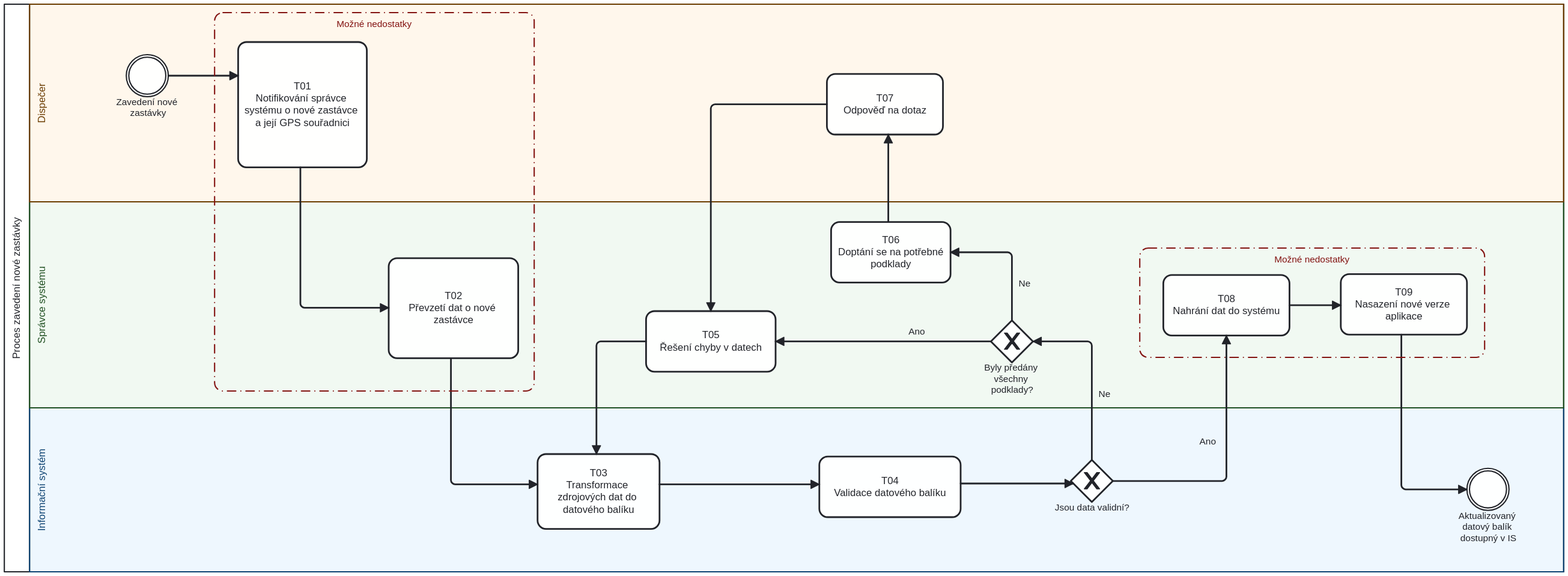
Above: images/Pr2 Zavedení nové zastávky.svg in StrangerTwo/bachelor-thesis (BPMN), before the change. Its source is kept beside it as images/Pr2 Zavedení nové zastávky.bpmn. Ids are renumbered.
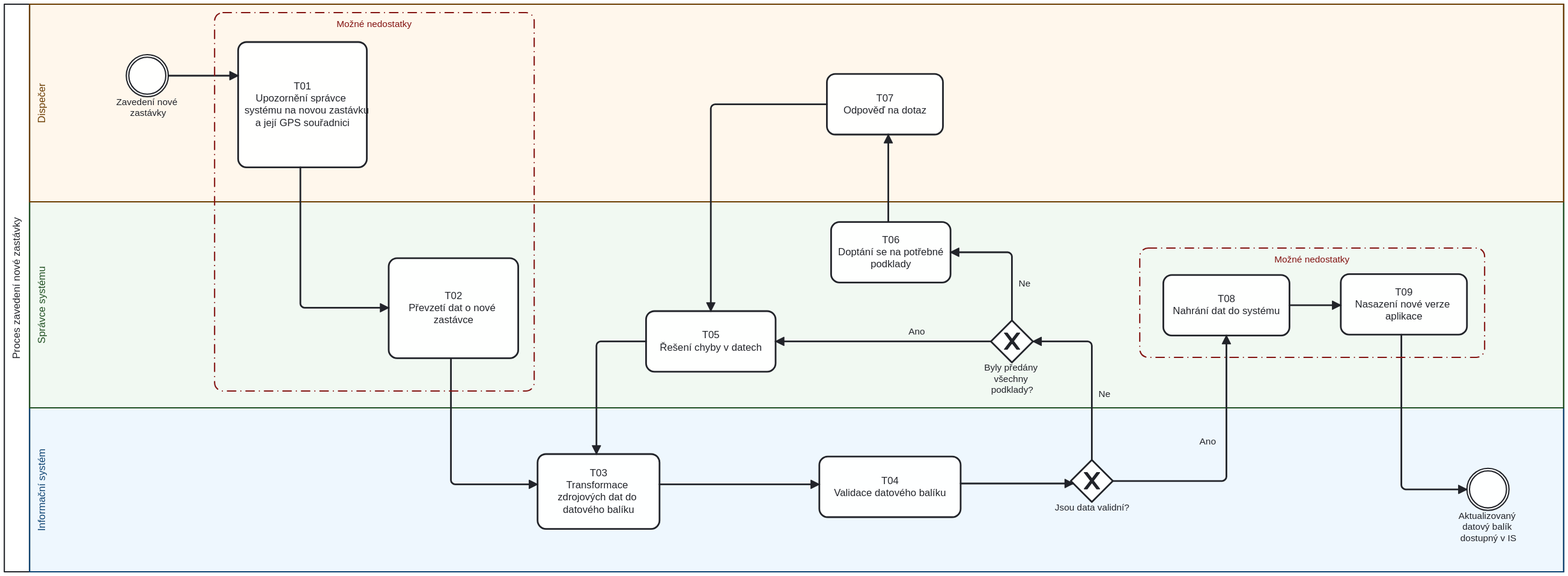
Later version of the same file.

Diff of the diagram source:
```diff
@@ -1,5 +1,13 @@
-<definitions xmlns="http://www.omg.org/spec/BPMN/20100524/MODEL" xmlns:bpmndi="http://www.omg.org/spec/BPMN/20100524/DI" xmlns:di="http://www.omg.org/spec/DD/20100524/DI" xmlns:dc="http://www.omg.org/spec/DD/20100524/DC" xmlns:bioc="http://bpmn.io/schema/bpmn/biocolor/1.0" xmlns:color="http://www.omg.org/spec/BPMN/non-normative/color/1.0" id="Definitions_Online_Order_Fulfillment" targetNamespace="http://example.com/bpmn" exporter="bpmn-js (https://demo.bpmn.io)" exporterVersion="18.13.1">
+<definitions xmlns="http://www.omg.org/spec/BPMN/20100524/MODEL"
+  xmlns:bpmndi="http://www.omg.org/spec/BPMN/20100524/DI"
+  xmlns:di="http://www.omg.org/spec/DD/20100524/DI"
+  xmlns:dc="http://www.omg.org/spec/DD/20100524/DC"
+  xmlns:bioc="http://bpmn.io/schema/bpmn/biocolor/1.0"
+  xmlns:color="http://www.omg.org/spec/BPMN/non-normative/color/1.0"
+  id="Definitions_Online_Order_Fulfillment" targetNamespace="http://example.com/bpmn"
+  exporter="bpmn-js (https://demo.bpmn.io)" exporterVersion="18.13.1">
   <message id="Message_Online_Order_Fulfillment" name="Online Order Fulfillment" />
   <collaboration id="Collaboration_Online_Order_Fulfillment">
-    <participant id="Participant_Proces_aktualizace_dat_j_zdn_ch___d_" name="Proces zavedení nové zastávky" processRef="Process_Proces_aktualizace_dat_j_zdn_ch___d_" />
+    <participant id="Participant_Proces_aktualizace_dat_j_zdn_ch___d_"
+      name="Proces zavedení nové zastávky" processRef="Process_Proces_aktualizace_dat_j_zdn_ch___d_" />
     <group id="Group_n1" categoryValueRef="CategoryValue_n2" />
@@ -30,19 +38,45 @@
     <intermediateCatchEvent id="Zm_na_j_zdn_ho___du" name="Zavedení nové zastávky" />
-    <sequenceFlow id="Flow_rel-Zm_na_j_zdn_ho___du-Informov_n__spr_vce_syst_mu_o_zm_n__j_zdn_ch___d_-forward" sourceRef="Zm_na_j_zdn_ho___du" targetRef="Informov_n__spr_vce_syst_mu_o_zm_n__j_zdn_ch___d_" />
-    <sequenceFlow id="Flow_rel-Informov_n__spr_vce_syst_mu_o_zm_n__j_zdn_ch___d_-P_evzet__informace_o_zm_n__j_zdn_ho___du-forward" sourceRef="Informov_n__spr_vce_syst_mu_o_zm_n__j_zdn_ch___d_" targetRef="P_evzet__informace_o_zm_n__j_zdn_ho___du" />
-    <sequenceFlow id="Flow_rel-P_evzet__informace_o_zm_n__j_zdn_ho___du-Transformace_zdrojov_ch_dat_j_zdn_ho___du-forward" sourceRef="P_evzet__informace_o_zm_n__j_zdn_ho___du" targetRef="Transformace_zdrojov_ch_dat_j_zdn_ho___du" />
-    <sequenceFlow id="Flow_rel-Transformace_zdrojov_ch_dat_j_zdn_ho___du-Validace_transformovan_ch_dat-forward" sourceRef="Transformace_zdrojov_ch_dat_j_zdn_ho___du" targetRef="Validace_transformovan_ch_dat" />
-    <sequenceFlow id="Flow_rel-Validace_transformovan_ch_dat-Jsou_data_validn__-forward" sourceRef="Validace_transformovan_ch_dat" targetRef="Jsou_data_validn__" />
-    <sequenceFlow id="Flow_rel-Jsou_data_validn__-Ru_n__kontrola_v_stupn_ch_dat-forward-Ano" name="Ano" sourceRef="Jsou_data_validn__" targetRef="Nahr_n__dat_do_syst_mu" />
-    <sequenceFlow id="Flow_rel-Nahr_n__dat_do_syst_mu-Nasazen__nov__verze_aplikace-forward" sourceRef="Nahr_n__dat_do_syst_mu" targetRef="Nasazen__nov__verze_aplikace" />
-    <sequenceFlow id="Flow_rel-Nasazen__nov__verze_aplikace-Aktualizovan__data_j_zdn_ch___d__dostupn__v_IS-forward" sourceRef="Nasazen__nov__verze_aplikace" targetRef="Aktualizovan__data_j_zdn_ch___d__dostupn__v_IS" />
-    <sequenceFlow id="Flow_rel-Jsou_data_validn__-Byli_p_ed_ny_v_echny_informace_-forward-Ne" name="Ne" sourceRef="Jsou_data_validn__" targetRef="Byli_p_ed_ny_v_echny_informace_" />
-    <sequenceFlow id="Flow_rel-_e_en__chyby_v_datech-Transformace_zdrojov_ch_dat_j_zdn_ho___du-forward" sourceRef="ID__e_en__chyby_v_datech" targetRef="Transformace_zdrojov_ch_dat_j_zdn_ho___du" />
-    <sequenceFlow id="Flow_rel-Byli_p_ed_ny_v_echny_informace_-_e_en__chyby_v_datech-forward-Ano" name="Ano" sourceRef="Byli_p_ed_ny_v_echny_informace_" targetRef="ID__e_en__chyby_v_datech" />
-    <sequenceFlow id="Flow_rel-Byli_p_ed_ny_v_echny_informace_-Dopt_n__se_na_informace-forward-Ne" name="Ne" sourceRef="Byli_p_ed_ny_v_echny_informace_" targetRef="Dopt_n__se_na_informace" />
-    <sequenceFlow id="Flow_rel-Dopt_n__se_na_informace-Odpov___na_dotaz-forward" sourceRef="Dopt_n__se_na_informace" targetRef="Odpov___na_dotaz" />
-    <sequenceFlow id="Flow_rel-Odpov___na_dotaz-_e_en__chyby_v_datech-forward" sourceRef="Odpov___na_dotaz" targetRef="ID__e_en__chyby_v_datech" />
-    <task id="Informov_n__spr_vce_syst_mu_o_zm_n__j_zdn_ch___d_" name="T01&#10;Notifikování správce systému o nové zastávce a její GPS souřadnici" />
+    <sequenceFlow
+      id="Flow_rel-Zm_na_j_zdn_ho___du-Informov_n__spr_vce_syst_mu_o_zm_n__j_zdn_ch___d_-forward"
+      sourceRef="Zm_na_j_zdn_ho___du" targetRef="Informov_n__spr_vce_syst_mu_o_zm_n__j_zdn_ch___d_" />
+    <sequenceFlow
+      id="Flow_rel-Informov_n__spr_vce_syst_mu_o_zm_n__j_zdn_ch___d_-P_evzet__informace_o_zm_n__j_zdn_ho___du-forward"
+      sourceRef="Informov_n__spr_vce_syst_mu_o_zm_n__j_zdn_ch___d_"
+      targetRef="P_evzet__informace_o_zm_n__j_zdn_ho___du" />
+    <sequenceFlow
+      id="Flow_rel-P_evzet__informace_o_zm_n__j_zdn_ho___du-Transformace_zdrojov_ch_dat_j_zdn_ho___du-forward"
+      sourceRef="P_evzet__informace_o_zm_n__j_zdn_ho___du"
+      targetRef="Transformace_zdrojov_ch_dat_j_zdn_ho___du" />
+    <sequenceFlow
+      id="Flow_rel-Transformace_zdrojov_ch_dat_j_zdn_ho___du-Validace_transformovan_ch_dat-forward"
+      sourceRef="Transformace_zdrojov_ch_dat_j_zdn_ho___du"
+      targetRef="Validace_transformovan_ch_dat" />
+    <sequenceFlow id="Flow_rel-Validace_transformovan_ch_dat-Jsou_data_validn__-forward"
+      sourceRef="Validace_transformovan_ch_dat" targetRef="Jsou_data_validn__" />
+    <sequenceFlow id="Flow_rel-Jsou_data_validn__-Ru_n__kontrola_v_stupn_ch_dat-forward-Ano"
+      name="Ano" sourceRef="Jsou_data_validn__" targetRef="Nahr_n__dat_do_syst_mu" />
+    <sequenceFlow id="Flow_rel-Nahr_n__dat_do_syst_mu-Nasazen__nov__verze_aplikace-forward"
+      sourceRef="Nahr_n__dat_do_syst_mu" targetRef="Nasazen__nov__verze_aplikace" />
+    <sequenceFlow
+      id="Flow_rel-Nasazen__nov__verze_aplikace-Aktualizovan__data_j_zdn_ch___d__dostupn__v_IS-forward"
+      sourceRef="Nasazen__nov__verze_aplikace"
+      targetRef="Aktualizovan__data_j_zdn_ch___d__dostupn__v_IS" />
+    <sequenceFlow id="Flow_rel-Jsou_data_validn__-Byli_p_ed_ny_v_echny_informace_-forward-Ne"
+      name="Ne" sourceRef="Jsou_data_validn__" targetRef="Byli_p_ed_ny_v_echny_informace_" />
+    <sequenceFlow
+      id="Flow_rel-_e_en__chyby_v_datech-Transformace_zdrojov_ch_dat_j_zdn_ho___du-forward"
+      sourceRef="ID__e_en__chyby_v_datech" targetRef="Transformace_zdrojov_ch_dat_j_zdn_ho___du" />
+    <sequenceFlow id="Flow_rel-Byli_p_ed_ny_v_echny_informace_-_e_en__chyby_v_datech-forward-Ano"
+      name="Ano" sourceRef="Byli_p_ed_ny_v_echny_informace_" targetRef="ID__e_en__chyby_v_datech" />
+    <sequenceFlow id="Flow_rel-Byli_p_ed_ny_v_echny_informace_-Dopt_n__se_na_informace-forward-Ne"
+      name="Ne" sourceRef="Byli_p_ed_ny_v_echny_informace_" targetRef="Dopt_n__se_na_informace" />
+    <sequenceFlow id="Flow_rel-Dopt_n__se_na_informace-Odpov___na_dotaz-forward"
+      sourceRef="Dopt_n__se_na_informace" targetRef="Odpov___na_dotaz" />
+    <sequenceFlow id="Flow_rel-Odpov___na_dotaz-_e_en__chyby_v_datech-forward"
+      sourceRef="Odpov___na_dotaz" targetRef="ID__e_en__chyby_v_datech" />
+    <task id="Informov_n__spr_vce_syst_mu_o_zm_n__j_zdn_ch___d_"
+      name="T01&#10;Upozornění správce systému na novou zastávku a její GPS souřadnici" />
     <task id="P_evzet__informace_o_zm_n__j_zdn_ho___du" name="T02&#10;Převzetí dat o nové zastávce" />
-    <task id="Transformace_zdrojov_ch_dat_j_zdn_ho___du" name="T03&#10;Transformace zdrojových dat do datového balíku" />
+    <task id="Transformace_zdrojov_ch_dat_j_zdn_ho___du"
+      name="T03&#10;Transformace zdrojových dat do datového balíku" />
     <task id="ID__e_en__chyby_v_datech" name="T05&#10;Řešení chyby v datech" />
@@ -56,3 +90,4 @@
     <task id="Nasazen__nov__verze_aplikace" name="T09&#10;Nasazení nové verze aplikace" />
-    <intermediateCatchEvent id="Aktualizovan__data_j_zdn_ch___d__dostupn__v_IS" name="Aktualizovaný datový balík dostupný v IS" />
+    <intermediateCatchEvent id="Aktualizovan__data_j_zdn_ch___d__dostupn__v_IS"
+      name="Aktualizovaný datový balík dostupný v IS" />
     <task id="Validace_transformovan_ch_dat" name="T04&#10;Validace datového balíku" />
@@ -67,3 +102,4 @@
     <bpmndi:BPMNPlane id="BPMNPlane_1" bpmnElement="Collaboration_Online_Order_Fulfillment">
-      <bpmndi:BPMNShape id="Participant_Proces_aktualizace_dat_j_zdn_ch___d__di" bpmnElement="Participant_Proces_aktualizace_dat_j_zdn_ch___d_" isHorizontal="true">
+      <bpmndi:BPMNShape id="Participant_Proces_aktualizace_dat_j_zdn_ch___d__di"
+        bpmnElement="Participant_Proces_aktualizace_dat_j_zdn_ch___d_" isHorizontal="true">
         <dc:Bounds x="130" y="60" width="1854" height="675" />
@@ -71,9 +107,15 @@
       </bpmndi:BPMNShape>
-      <bpmndi:BPMNShape id="LaneShape_Informa_n__syst_m" bpmnElement="Lane_Informa_n__syst_m" isHorizontal="true" bioc:stroke="#0d4372" bioc:fill="#bbdefb" color:background-color="#bbdefb" color:border-color="#0d4372">
+      <bpmndi:BPMNShape id="LaneShape_Informa_n__syst_m" bpmnElement="Lane_Informa_n__syst_m"
+        isHorizontal="true" bioc:stroke="#0d4372" bioc:fill="#bbdefb"
+        color:background-color="#bbdefb" color:border-color="#0d4372">
         <dc:Bounds x="160" y="540" width="1824" height="195" />
       </bpmndi:BPMNShape>
-      <bpmndi:BPMNShape id="LaneShape_Spr_vce_syst_mu" bpmnElement="Lane_Spr_vce_syst_mu" isHorizontal="true" bioc:stroke="#205022" bioc:fill="#c8e6c9" color:background-color="#c8e6c9" color:border-color="#205022">
+      <bpmndi:BPMNShape id="LaneShape_Spr_vce_syst_mu" bpmnElement="Lane_Spr_vce_syst_mu"
+        isHorizontal="true" bioc:stroke="#205022" bioc:fill="#c8e6c9"
+        color:background-color="#c8e6c9" color:border-color="#205022">
         <dc:Bounds x="160" y="295" width="1824" height="245" />
       </bpmndi:BPMNShape>
-      <bpmndi:BPMNShape id="LaneShape_Dopravce" bpmnElement="Lane_Dopravce" isHorizontal="true" bioc:stroke="#6b3c00" bioc:fill="#ffe0b2" color:background-color="#ffe0b2" color:border-color="#6b3c00">
+      <bpmndi:BPMNShape id="LaneShape_Dopravce" bpmnElement="Lane_Dopravce" isHorizontal="true"
+        bioc:stroke="#6b3c00" bioc:fill="#ffe0b2" color:background-color="#ffe0b2"
+        color:border-color="#6b3c00">
         <dc:Bounds x="160" y="60" width="1824" height="235" />
@@ -87,3 +129,4 @@
       </bpmndi:BPMNShape>
-      <bpmndi:BPMNShape id="Shape_Informov_n__spr_vce_syst_mu_o_zm_n__j_zdn_ch___d_" bpmnElement="Informov_n__spr_vce_syst_mu_o_zm_n__j_zdn_ch___d_">
+      <bpmndi:BPMNShape id="Shape_Informov_n__spr_vce_syst_mu_o_zm_n__j_zdn_ch___d_"
+        bpmnElement="Informov_n__spr_vce_syst_mu_o_zm_n__j_zdn_ch___d_">
         <dc:Bounds x="408" y="105" width="153" height="149" />
@@ -91,3 +134,4 @@
       </bpmndi:BPMNShape>
-      <bpmndi:BPMNShape id="Shape_P_evzet__informace_o_zm_n__j_zdn_ho___du" bpmnElement="P_evzet__informace_o_zm_n__j_zdn_ho___du">
+      <bpmndi:BPMNShape id="Shape_P_evzet__informace_o_zm_n__j_zdn_ho___du"
+        bpmnElement="P_evzet__informace_o_zm_n__j_zdn_ho___du">
         <dc:Bounds x="587" y="362" width="154" height="119" />
@@ -95,3 +139,4 @@
       </bpmndi:BPMNShape>
-      <bpmndi:BPMNShape id="Shape_Transformace_zdrojov_ch_dat_j_zdn_ho___du" bpmnElement="Transformace_zdrojov_ch_dat_j_zdn_ho___du">
+      <bpmndi:BPMNShape id="Shape_Transformace_zdrojov_ch_dat_j_zdn_ho___du"
+        bpmnElement="Transformace_zdrojov_ch_dat_j_zdn_ho___du">
         <dc:Bounds x="764" y="595" width="145" height="89" />
@@ -111,3 +156,4 @@
       </bpmndi:BPMNShape>
-      <bpmndi:BPMNShape id="Shape_Byli_p_ed_ny_v_echny_informace_" bpmnElement="Byli_p_ed_ny_v_echny_informace_" isMarkerVisible="true">
+      <bpmndi:BPMNShape id="Shape_Byli_p_ed_ny_v_echny_informace_"
+        bpmnElement="Byli_p_ed_ny_v_echny_informace_" isMarkerVisible="true">
         <dc:Bounds x="1303" y="436" width="50" height="50" />
@@ -117,3 +163,4 @@
       </bpmndi:BPMNShape>
-      <bpmndi:BPMNShape id="Shape_Jsou_data_validn__" bpmnElement="Jsou_data_validn__" isMarkerVisible="true">
+      <bpmndi:BPMNShape id="Shape_Jsou_data_validn__" bpmnElement="Jsou_data_validn__"
+        isMarkerVisible="true">
         <dc:Bounds x="1398" y="602" width="50" height="50" />
@@ -127,3 +174,4 @@
       </bpmndi:BPMNShape>
-      <bpmndi:BPMNShape id="Shape_Nasazen__nov__verze_aplikace" bpmnElement="Nasazen__nov__verze_aplikace">
+      <bpmndi:BPMNShape id="Shape_Nasazen__nov__verze_aplikace"
+        bpmnElement="Nasazen__nov__verze_aplikace">
         <dc:Bounds x="1719" y="381" width="150" height="72" />
@@ -131,3 +179,4 @@
       </bpmndi:BPMNShape>
-      <bpmndi:BPMNShape id="Shape_Aktualizovan__data_j_zdn_ch___d__dostupn__v_IS" bpmnElement="Aktualizovan__data_j_zdn_ch___d__dostupn__v_IS">
+      <bpmndi:BPMNShape id="Shape_Aktualizovan__data_j_zdn_ch___d__dostupn__v_IS"
+        bpmnElement="Aktualizovan__data_j_zdn_ch___d__dostupn__v_IS">
         <dc:Bounds x="1869" y="612" width="50" height="50" />
@@ -137,3 +186,4 @@
       </bpmndi:BPMNShape>
-      <bpmndi:BPMNShape id="Shape_Validace_transformovan_ch_dat" bpmnElement="Validace_transformovan_ch_dat">
+      <bpmndi:BPMNShape id="Shape_Validace_transformovan_ch_dat"
+        bpmnElement="Validace_transformovan_ch_dat">
         <dc:Bounds x="1099" y="598" width="168" height="72" />
@@ -141,3 +191,5 @@
       </bpmndi:BPMNShape>
-      <bpmndi:BPMNEdge id="Edge_Flow_rel-Zm_na_j_zdn_ho___du-Informov_n__spr_vce_syst_mu_o_zm_n__j_zdn_ch___d_-forward" bpmnElement="Flow_rel-Zm_na_j_zdn_ho___du-Informov_n__spr_vce_syst_mu_o_zm_n__j_zdn_ch___d_-forward">
+      <bpmndi:BPMNEdge
+        id="Edge_Flow_rel-Zm_na_j_zdn_ho___du-Informov_n__spr_vce_syst_mu_o_zm_n__j_zdn_ch___d_-forward"
+        bpmnElement="Flow_rel-Zm_na_j_zdn_ho___du-Informov_n__spr_vce_syst_mu_o_zm_n__j_zdn_ch___d_-forward">
         <di:waypoint x="325" y="145" />
@@ -145,3 +197,5 @@
       </bpmndi:BPMNEdge>
-      <bpmndi:BPMNEdge id="Edge_Flow_rel-Informov_n__spr_vce_syst_mu_o_zm_n__j_zdn_ch___d_-P_evzet__informace_o_zm_n__j_zdn_ho___du-forward" bpmnElement="Flow_rel-Informov_n__spr_vce_syst_mu_o_zm_n__j_zdn_ch___d_-P_evzet__informace_o_zm_n__j_zdn_ho___du-forward">
+      <bpmndi:BPMNEdge
+        id="Edge_Flow_rel-Informov_n__spr_vce_syst_mu_o_zm_n__j_zdn_ch___d_-P_evzet__informace_o_zm_n__j_zdn_ho___du-forward"
+        bpmnElement="Flow_rel-Informov_n__spr_vce_syst_mu_o_zm_n__j_zdn_ch___d_-P_evzet__informace_o_zm_n__j_zdn_ho___du-forward">
         <di:waypoint x="482" y="254" />
@@ -150,3 +204,5 @@
       </bpmndi:BPMNEdge>
-      <bpmndi:BPMNEdge id="Edge_Flow_rel-P_evzet__informace_o_zm_n__j_zdn_ho___du-Transformace_zdrojov_ch_dat_j_zdn_ho___du-forward" bpmnElement="Flow_rel-P_evzet__informace_o_zm_n__j_zdn_ho___du-Transformace_zdrojov_ch_dat_j_zdn_ho___du-forward">
+      <bpmndi:BPMNEdge
+        id="Edge_Flow_rel-P_evzet__informace_o_zm_n__j_zdn_ho___du-Transformace_zdrojov_ch_dat_j_zdn_ho___du-forward"
+        bpmnElement="Flow_rel-P_evzet__informace_o_zm_n__j_zdn_ho___du-Transformace_zdrojov_ch_dat_j_zdn_ho___du-forward">
         <di:waypoint x="661" y="481" />
@@ -155,3 +211,5 @@
       </bpmndi:BPMNEdge>
-      <bpmndi:BPMNEdge id="Edge_Flow_rel-Transformace_zdrojov_ch_dat_j_zdn_ho___du-Validace_transformovan_ch_dat-forward" bpmnElement="Flow_rel-Transformace_zdrojov_ch_dat_j_zdn_ho___du-Validace_transformovan_ch_dat-forward">
+      <bpmndi:BPMNEdge
+        id="Edge_Flow_rel-Transformace_zdrojov_ch_dat_j_zdn_ho___du-Validace_transformovan_ch_dat-forward"
+        bpmnElement="Flow_rel-Transformace_zdrojov_ch_dat_j_zdn_ho___du-Validace_transformovan_ch_dat-forward">
         <di:waypoint x="909" y="631" />
@@ -159,3 +217,4 @@
       </bpmndi:BPMNEdge>
-      <bpmndi:BPMNEdge id="Edge_Flow_rel-Validace_transformovan_ch_dat-Jsou_data_validn__-forward" bpmnElement="Flow_rel-Validace_transformovan_ch_dat-Jsou_data_validn__-forward">
+      <bpmndi:BPMNEdge id="Edge_Flow_rel-Validace_transformovan_ch_dat-Jsou_data_validn__-forward"
+        bpmnElement="Flow_rel-Validace_transformovan_ch_dat-Jsou_data_validn__-forward">
         <di:waypoint x="1267" y="630" />
@@ -163,3 +222,5 @@
       </bpmndi:BPMNEdge>
-      <bpmndi:BPMNEdge id="Edge_Flow_rel-Jsou_data_validn__-Ru_n__kontrola_v_stupn_ch_dat-forward-Ano" bpmnElement="Flow_rel-Jsou_data_validn__-Ru_n__kontrola_v_stupn_ch_dat-forward-Ano">
+      <bpmndi:BPMNEdge
+        id="Edge_Flow_rel-Jsou_data_validn__-Ru_n__kontrola_v_stupn_ch_dat-forward-Ano"
+        bpmnElement="Flow_rel-Jsou_data_validn__-Ru_n__kontrola_v_stupn_ch_dat-forward-Ano">
         <di:waypoint x="1448" y="627" />
@@ -171,3 +232,5 @@
       </bpmndi:BPMNEdge>
-      <bpmndi:BPMNEdge id="Edge_Flow_rel-Nahr_n__dat_do_syst_mu-Nasazen__nov__verze_aplikace-forward" bpmnElement="Flow_rel-Nahr_n__dat_do_syst_mu-Nasazen__nov__verze_aplikace-forward">
+      <bpmndi:BPMNEdge
+        id="Edge_Flow_rel-Nahr_n__dat_do_syst_mu-Nasazen__nov__verze_aplikace-forward"
+        bpmnElement="Flow_rel-Nahr_n__dat_do_syst_mu-Nasazen__nov__verze_aplikace-forward">
         <di:waypoint x="1658" y="418" />
@@ -175,3 +238,5 @@
       </bpmndi:BPMNEdge>
-      <bpmndi:BPMNEdge id="Edge_Flow_rel-Nasazen__nov__verze_aplikace-Aktualizovan__data_j_zdn_ch___d__dostupn__v_IS-forward" bpmnElement="Flow_rel-Nasazen__nov__verze_aplikace-Aktualizovan__data_j_zdn_ch___d__dostupn__v_IS-forward">
+      <bpmndi:BPMNEdge
+        id="Edge_Flow_rel-Nasazen__nov__verze_aplikace-Aktualizovan__data_j_zdn_ch___d__dostupn__v_IS-forward"
+        bpmnElement="Flow_rel-Nasazen__nov__verze_aplikace-Aktualizovan__data_j_zdn_ch___d__dostupn__v_IS-forward">
         <di:waypoint x="1791" y="453" />
@@ -180,3 +245,5 @@
       </bpmndi:BPMNEdge>
-      <bpmndi:BPMNEdge id="Edge_Flow_rel-Jsou_data_validn__-Byli_p_ed_ny_v_echny_informace_-forward-Ne" bpmnElement="Flow_rel-Jsou_data_validn__-Byli_p_ed_ny_v_echny_informace_-forward-Ne">
+      <bpmndi:BPMNEdge
+        id="Edge_Flow_rel-Jsou_data_validn__-Byli_p_ed_ny_v_echny_informace_-forward-Ne"
+        bpmnElement="Flow_rel-Jsou_data_validn__-Byli_p_ed_ny_v_echny_informace_-forward-Ne">
         <di:waypoint x="1423" y="602" />
@@ -188,3 +255,5 @@
       </bpmndi:BPMNEdge>
-      <bpmndi:BPMNEdge id="Edge_Flow_rel-_e_en__chyby_v_datech-Transformace_zdrojov_ch_dat_j_zdn_ho___du-forward" bpmnElement="Flow_rel-_e_en__chyby_v_datech-Transformace_zdrojov_ch_dat_j_zdn_ho___du-forward">
+      <bpmndi:BPMNEdge
+        id="Edge_Flow_rel-_e_en__chyby_v_datech-Transformace_zdrojov_ch_dat_j_zdn_ho___du-forward"
+        bpmnElement="Flow_rel-_e_en__chyby_v_datech-Transformace_zdrojov_ch_dat_j_zdn_ho___du-forward">
         <di:waypoint x="893" y="461" />
@@ -193,3 +262,5 @@
       </bpmndi:BPMNEdge>
-      <bpmndi:BPMNEdge id="Edge_Flow_rel-Byli_p_ed_ny_v_echny_informace_-_e_en__chyby_v_datech-forward-Ano" bpmnElement="Flow_rel-Byli_p_ed_ny_v_echny_informace_-_e_en__chyby_v_datech-forward-Ano">
+      <bpmndi:BPMNEdge
+        id="Edge_Flow_rel-Byli_p_ed_ny_v_echny_informace_-_e_en__chyby_v_datech-forward-Ano"
+        bpmnElement="Flow_rel-Byli_p_ed_ny_v_echny_informace_-_e_en__chyby_v_datech-forward-Ano">
         <di:waypoint x="1303" y="461" />
@@ -200,3 +271,5 @@
       </bpmndi:BPMNEdge>
-      <bpmndi:BPMNEdge id="Edge_Flow_rel-Byli_p_ed_ny_v_echny_informace_-Dopt_n__se_na_informace-forward-Ne" bpmnElement="Flow_rel-Byli_p_ed_ny_v_echny_informace_-Dopt_n__se_na_informace-forward-Ne">
+      <bpmndi:BPMNEdge
+        id="Edge_Flow_rel-Byli_p_ed_ny_v_echny_informace_-Dopt_n__se_na_informace-forward-Ne"
+        bpmnElement="Flow_rel-Byli_p_ed_ny_v_echny_informace_-Dopt_n__se_na_informace-forward-Ne">
         <di:waypoint x="1328" y="436" />
@@ -208,3 +281,4 @@
       </bpmndi:BPMNEdge>
-      <bpmndi:BPMNEdge id="Edge_Flow_rel-Dopt_n__se_na_informace-Odpov___na_dotaz-forward" bpmnElement="Flow_rel-Dopt_n__se_na_informace-Odpov___na_dotaz-forward">
+      <bpmndi:BPMNEdge id="Edge_Flow_rel-Dopt_n__se_na_informace-Odpov___na_dotaz-forward"
+        bpmnElement="Flow_rel-Dopt_n__se_na_informace-Odpov___na_dotaz-forward">
         <di:waypoint x="1181" y="319" />
@@ -212,3 +286,4 @@
       </bpmndi:BPMNEdge>
-      <bpmndi:BPMNEdge id="Edge_Flow_rel-Odpov___na_dotaz-_e_en__chyby_v_datech-forward" bpmnElement="Flow_rel-Odpov___na_dotaz-_e_en__chyby_v_datech-forward">
+      <bpmndi:BPMNEdge id="Edge_Flow_rel-Odpov___na_dotaz-_e_en__chyby_v_datech-forward"
+        bpmnElement="Flow_rel-Odpov___na_dotaz-_e_en__chyby_v_datech-forward">
         <di:waypoint x="1108" y="179" />
@@ -217,3 +292,4 @@
       </bpmndi:BPMNEdge>
-      <bpmndi:BPMNShape id="Group_n1_di" bpmnElement="Group_n1" bioc:stroke="#831311" bioc:fill="#ffcdd2" color:background-color="#ffcdd2" color:border-color="#831311">
+      <bpmndi:BPMNShape id="Group_n1_di" bpmnElement="Group_n1" bioc:stroke="#831311"
+        bioc:fill="#ffcdd2" color:background-color="#ffcdd2" color:border-color="#831311">
         <dc:Bounds x="1480" y="350" width="410" height="130" />
@@ -223,3 +299,4 @@
       </bpmndi:BPMNShape>
-      <bpmndi:BPMNShape id="BPMNShape_n7" bpmnElement="Group_n3" bioc:stroke="#831311" bioc:fill="#ffcdd2" color:background-color="#ffcdd2" color:border-color="#831311">
+      <bpmndi:BPMNShape id="BPMNShape_n7" bpmnElement="Group_n3" bioc:stroke="#831311"
+        bioc:fill="#ffcdd2" color:background-color="#ffcdd2" color:border-color="#831311">
         <dc:Bounds x="380" y="70" width="380" height="450" />
```
